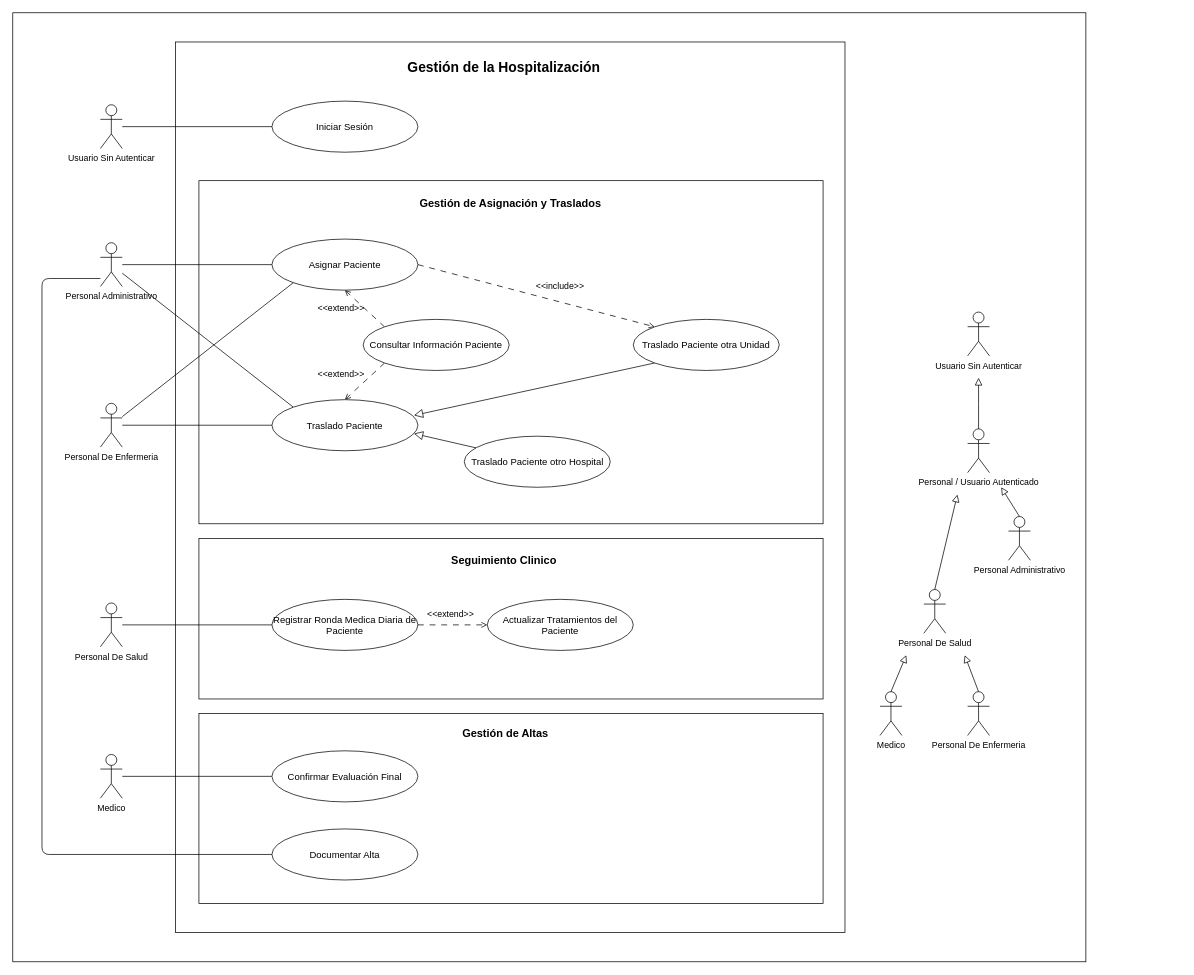
Above: uml/Diagrama de Casos de Usos/Diagrama de Casos de Uso.drawio in stoica25-byte/Reto-2-Entornos-Programacion (draw.io), before the change. Source tidied: cells renumbered, new cells numbered last; positions are measured from the earlier drawing's top-left corner, leaving out a move shared by most shapes. Both pictures are drawn from the tidied source at 73%, with x=0, y=0 at pixel (12, 12).
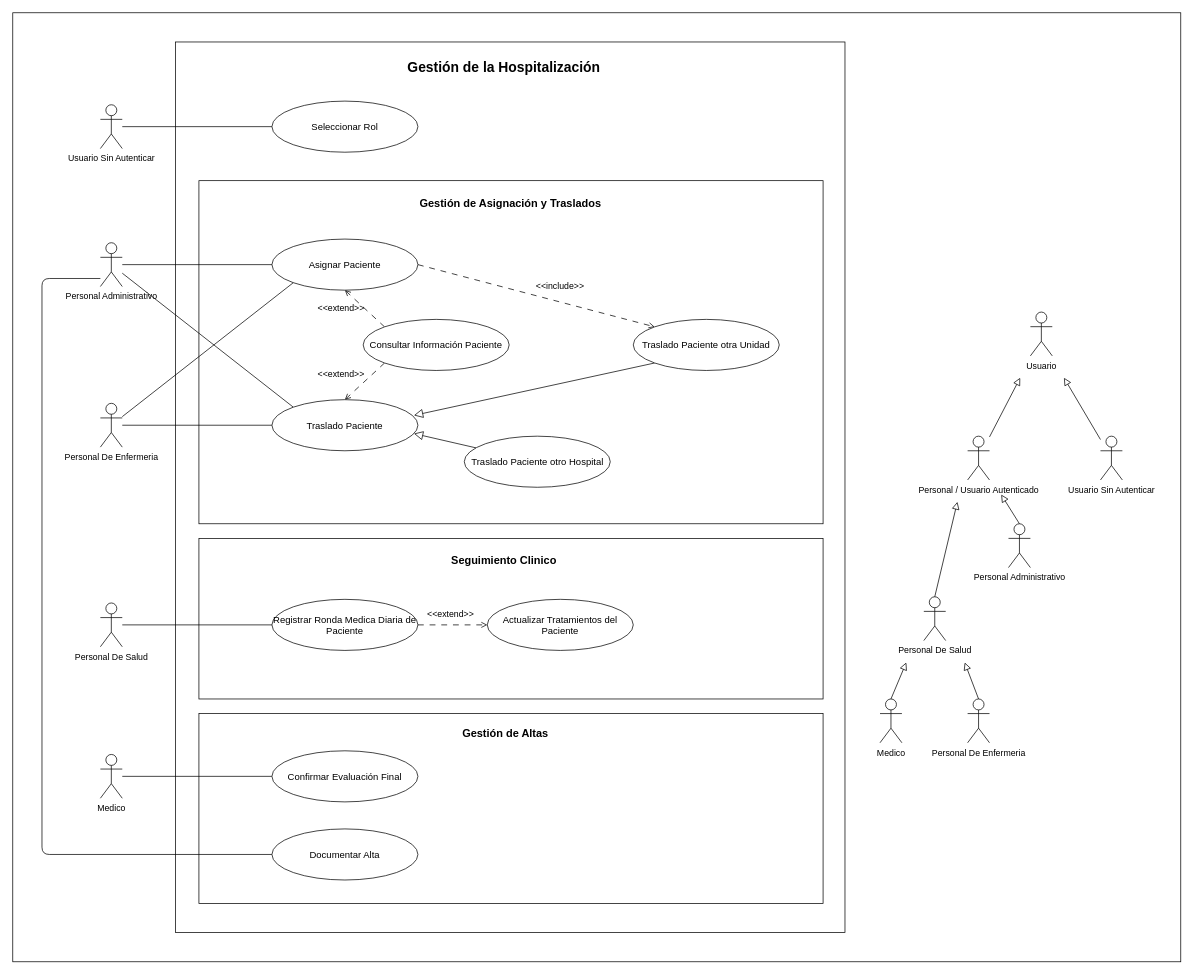
Above is the later version.

Commit message (it also covers changes not shown here):
Cambio pequeño en herencia entre actores en diagrama de casos de Uso

- Falta documentarlo

The edit, as a diff of the source:
```diff
@@
     <mxCell id="2" style="rounded=0;whiteSpace=wrap;html=1;fillColor=default;" parent="1" vertex="1">
-      <mxGeometry width="1470" height="1300" as="geometry" />
+      <mxGeometry width="1600" height="1300" as="geometry" />
     </mxCell>
@@
-    <mxCell id="7" style="edgeStyle=orthogonalEdgeStyle;rounded=0;jettySize=auto;html=1;endArrow=block;endFill=0;endSize=8;" parent="1" edge="1" source="8">
+    <mxCell id="7" style="rounded=0;jettySize=auto;html=1;endArrow=block;endFill=0;endSize=8;" parent="1" edge="1" source="8">
       <mxGeometry relative="1" as="geometry">
-        <mxPoint x="1323" y="500" as="targetPoint" />
+        <mxPoint x="1380" y="500" as="targetPoint" />
       </mxGeometry>
     </mxCell>
     <mxCell id="8" value="Personal / Usuario Autenticado" style="shape=umlActor;verticalLabelPosition=bottom;verticalAlign=top;html=1;outlineConnect=0;" parent="1" vertex="1">
-      <mxGeometry x="1308" y="570" width="30" height="60" as="geometry" />
+      <mxGeometry x="1308" y="580" width="30" height="60" as="geometry" />
     </mxCell>
     <mxCell id="9" value="Personal De Salud" style="shape=umlActor;verticalLabelPosition=bottom;verticalAlign=top;html=1;outlineConnect=0;" parent="1" vertex="1">
-      <mxGeometry x="1248" y="790" width="30" height="60" as="geometry" />
+      <mxGeometry x="1248" y="800" width="30" height="60" as="geometry" />
     </mxCell>
     <mxCell id="10" value="Personal Administrativo" style="shape=umlActor;verticalLabelPosition=bottom;verticalAlign=top;html=1;outlineConnect=0;" parent="1" vertex="1">
-      <mxGeometry x="1364" y="690" width="30" height="60" as="geometry" />
+      <mxGeometry x="1364" y="700" width="30" height="60" as="geometry" />
     </mxCell>
     <mxCell id="11" style="rounded=0;jettySize=auto;html=1;endArrow=block;endFill=0;strokeWidth=1;endSize=8;exitX=0.5;exitY=0;exitDx=0;exitDy=0;exitPerimeter=0;" parent="1" edge="1" source="9">
       <mxGeometry relative="1" as="geometry">
-        <mxPoint x="1294" y="660" as="targetPoint" />
+        <mxPoint x="1294" y="670" as="targetPoint" />
       </mxGeometry>
     </mxCell>
     <mxCell id="12" style="rounded=0;jettySize=auto;html=1;endArrow=block;endFill=0;strokeWidth=1;endSize=8;exitX=0.5;exitY=0;exitDx=0;exitDy=0;exitPerimeter=0;" parent="1" edge="1" source="10">
       <mxGeometry relative="1" as="geometry">
-        <mxPoint x="1354" y="650" as="targetPoint" />
+        <mxPoint x="1354" y="660" as="targetPoint" />
       </mxGeometry>
     </mxCell>
     <mxCell id="13" value="Medico" style="shape=umlActor;verticalLabelPosition=bottom;verticalAlign=top;html=1;outlineConnect=0;" parent="1" vertex="1">
-      <mxGeometry x="1188" y="930" width="30" height="60" as="geometry" />
+      <mxGeometry x="1188" y="940" width="30" height="60" as="geometry" />
     </mxCell>
     <mxCell id="14" value="Personal De Enfermeria" style="shape=umlActor;verticalLabelPosition=bottom;verticalAlign=top;html=1;outlineConnect=0;" parent="1" vertex="1">
-      <mxGeometry x="1308" y="930" width="30" height="60" as="geometry" />
+      <mxGeometry x="1308" y="940" width="30" height="60" as="geometry" />
     </mxCell>
     <mxCell id="15" style="rounded=0;jettySize=auto;html=1;endArrow=block;endFill=0;strokeWidth=1;endSize=8;exitX=0.5;exitY=0;exitDx=0;exitDy=0;exitPerimeter=0;" parent="1" edge="1" source="13">
       <mxGeometry relative="1" as="geometry">
-        <mxPoint x="1224" y="880" as="targetPoint" />
+        <mxPoint x="1224" y="890" as="targetPoint" />
       </mxGeometry>
     </mxCell>
     <mxCell id="16" style="rounded=0;jettySize=auto;html=1;endArrow=block;endFill=0;strokeWidth=1;endSize=8;exitX=0.5;exitY=0;exitDx=0;exitDy=0;exitPerimeter=0;" parent="1" edge="1" source="14">
       <mxGeometry relative="1" as="geometry">
-        <mxPoint x="1304" y="880" as="targetPoint" />
+        <mxPoint x="1304" y="890" as="targetPoint" />
       </mxGeometry>
     </mxCell>
@@
-    <mxCell id="34" value="Usuario Sin Autenticar" style="shape=umlActor;verticalLabelPosition=bottom;verticalAlign=top;html=1;" parent="1" vertex="1">
-      <mxGeometry x="1308" y="410" width="30" height="60" as="geometry" />
+    <mxCell id="34" value="Usuario" style="shape=umlActor;verticalLabelPosition=bottom;verticalAlign=top;html=1;" parent="1" vertex="1">
+      <mxGeometry x="1394" y="410" width="30" height="60" as="geometry" />
     </mxCell>
@@
-    <mxCell id="47" value="Iniciar Sesión" style="ellipse;whiteSpace=wrap;html=1;fontSize=13;" parent="1" vertex="1">
+    <mxCell id="47" value="Seleccionar Rol" style="ellipse;whiteSpace=wrap;html=1;fontSize=13;" parent="1" vertex="1">
       <mxGeometry x="355" y="121" width="200" height="70" as="geometry" />
     </mxCell>
@@
+    <mxCell id="55" style="rounded=0;jettySize=auto;html=1;endArrow=block;endFill=0;endSize=8;" parent="1" edge="1" source="56">
+      <mxGeometry relative="1" as="geometry">
+        <mxPoint x="1440" y="500" as="targetPoint" />
+      </mxGeometry>
+    </mxCell>
+    <mxCell id="56" value="Usuario Sin Autenticar" style="shape=umlActor;verticalLabelPosition=bottom;verticalAlign=top;html=1;outlineConnect=0;" parent="1" vertex="1">
+      <mxGeometry x="1490" y="580" width="30" height="60" as="geometry" />
+    </mxCell>
```
